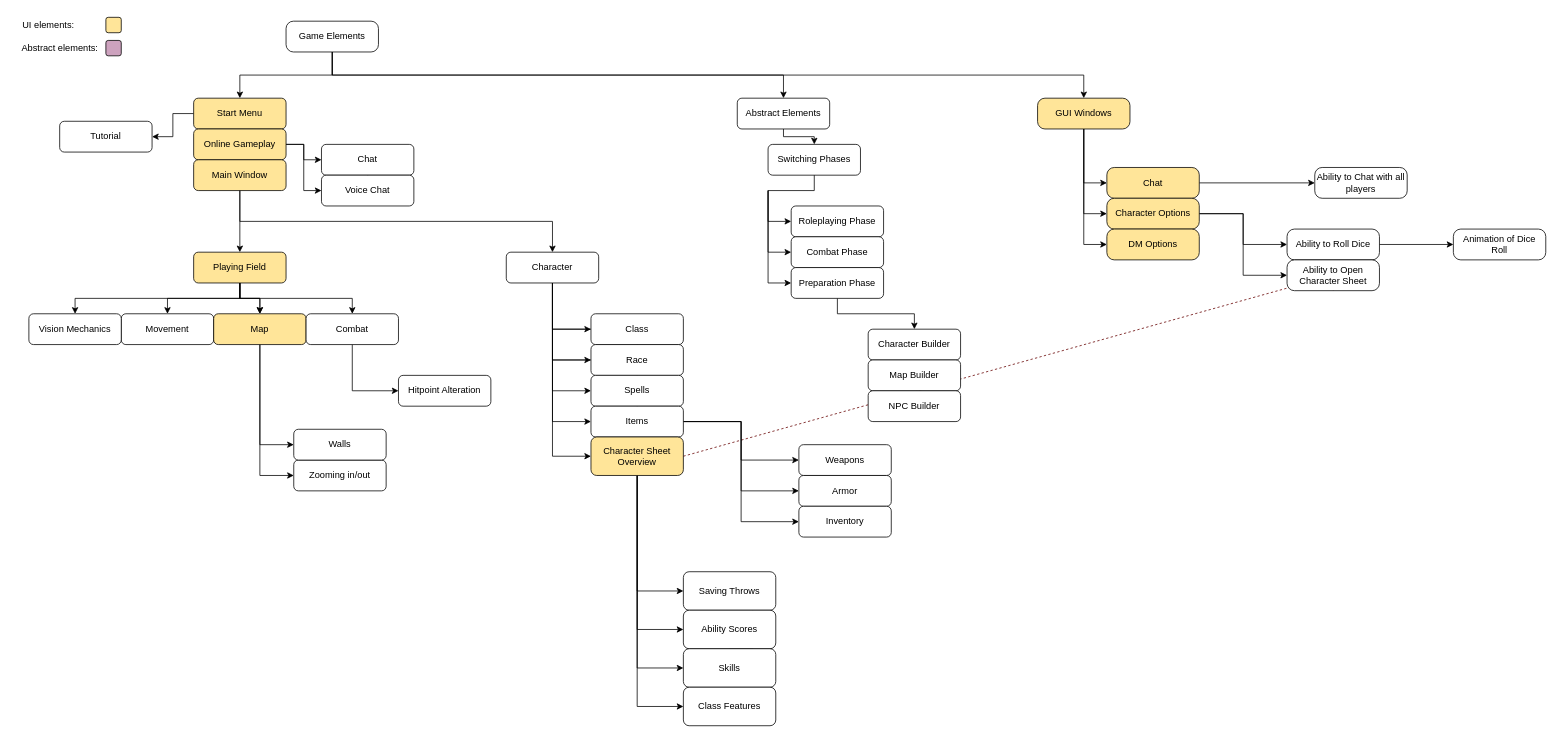
Before: Dependency graph.drawio in Nemijt03/Dnd-Simulator, a draw.io diagram. Source tidied: cells renumbered, new cells numbered last; positions are measured from the earlier drawing's top-left corner, leaving out a move shared by most shapes. Both pictures are drawn from the tidied source at 77%, with x=0, y=0 at pixel (13, 13).
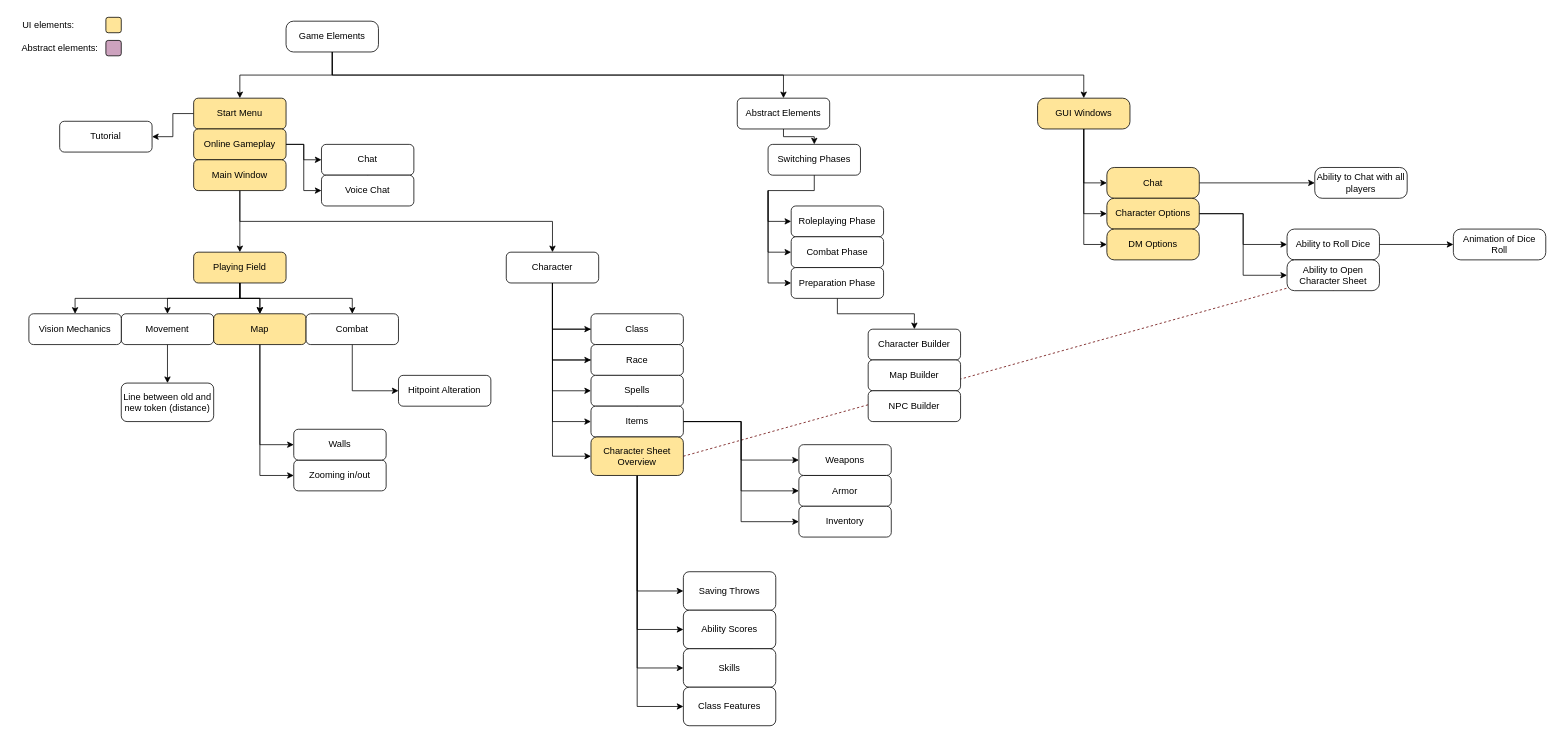
The same page after the edit.

The change refers to these unchanged cells:
```xml
<mxCell id="38" value="Movement" style="rounded=1;whiteSpace=wrap;html=1;" parent="1" vertex="1">
  <mxGeometry x="140" y="390" width="120" height="40" as="geometry" />
</mxCell>
```

Diff of the diagram source:
```diff
@@
+    <mxCell id="96" style="edgeStyle=orthogonalEdgeStyle;rounded=0;jettySize=auto;html=1;" parent="1" edge="1" source="38" target="97">
+      <mxGeometry relative="1" as="geometry" />
+    </mxCell>
@@
+    <mxCell id="97" value="Line between old and new token (distance)" style="rounded=1;whiteSpace=wrap;html=1;fillColor=#FFFFFF;" parent="1" vertex="1">
+      <mxGeometry x="140" y="480" width="120" height="50" as="geometry" />
+    </mxCell>
```
